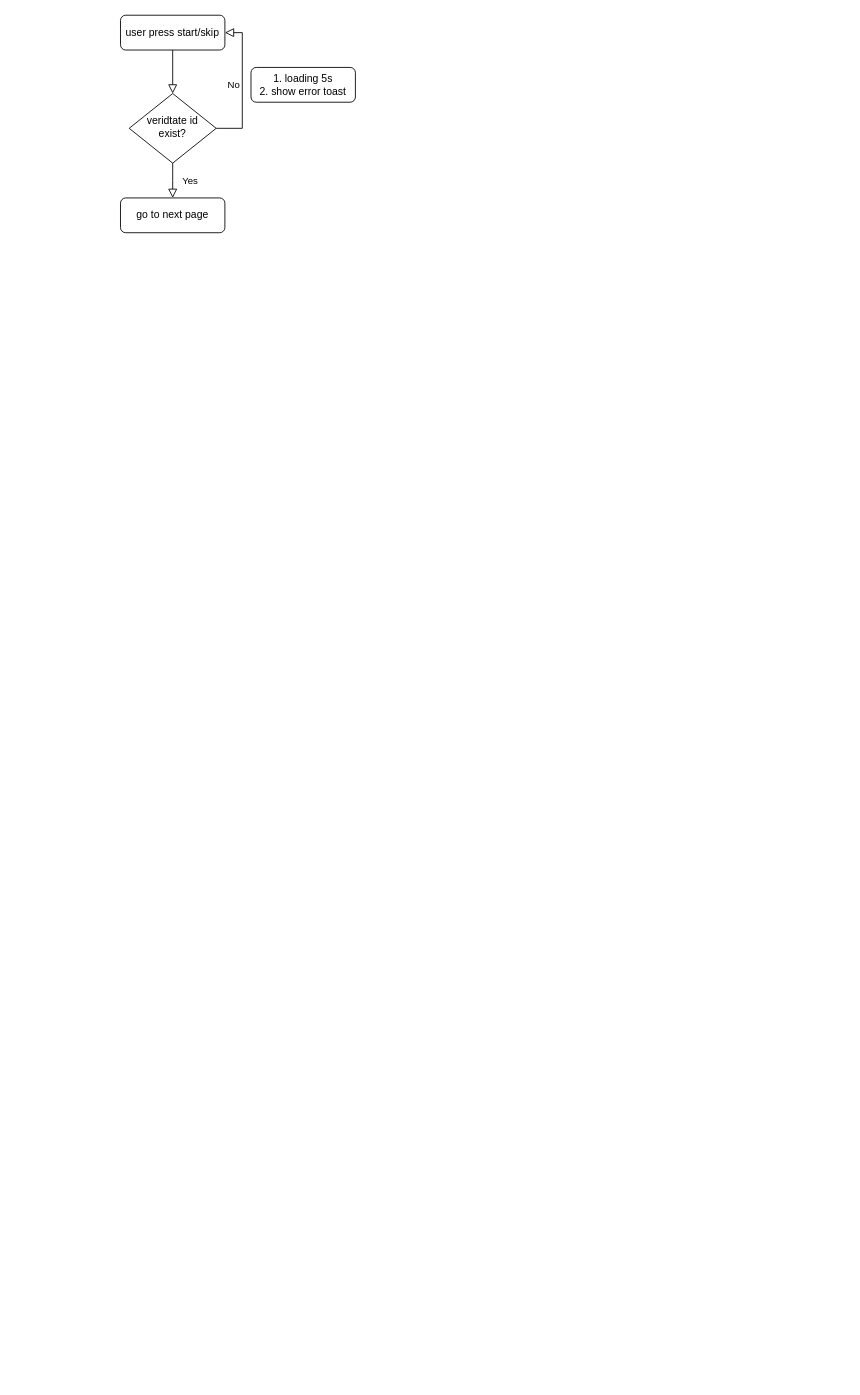
Before: flow chart.drawio in terryatgithub/books, a draw.io diagram. Source tidied: cells renumbered, new cells numbered last; positions are measured from the earlier drawing's top-left corner, leaving out a move shared by most shapes. Both pictures are drawn from the tidied source at 87%, with x=0, y=0 at pixel (120, 15).
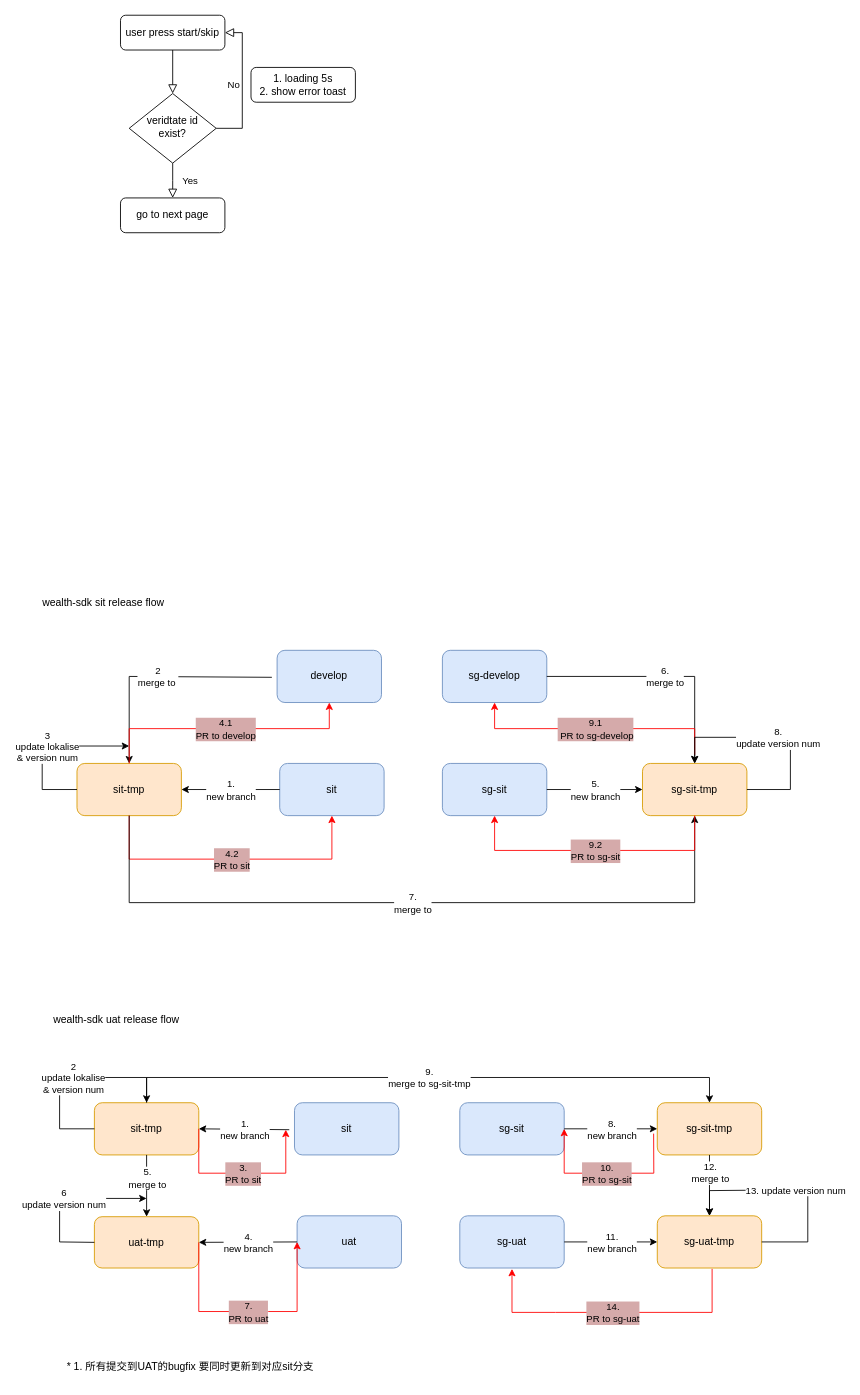
After the change.

Diff of the diagram source:
```diff
@@
+    <mxCell id="9" value="develop" style="rounded=1;whiteSpace=wrap;html=1;fillColor=#dae8fc;strokeColor=#6c8ebf;" parent="1" vertex="1">
+      <mxGeometry x="180" y="730" width="120" height="60" as="geometry" />
+    </mxCell>
+    <mxCell id="10" value="sit" style="rounded=1;whiteSpace=wrap;html=1;fillColor=#dae8fc;strokeColor=#6c8ebf;" parent="1" vertex="1">
+      <mxGeometry x="183" y="860" width="120" height="60" as="geometry" />
+    </mxCell>
+    <mxCell id="11" value="sg-develop" style="rounded=1;whiteSpace=wrap;html=1;fillColor=#dae8fc;strokeColor=#6c8ebf;" parent="1" vertex="1">
+      <mxGeometry x="370" y="730" width="120" height="60" as="geometry" />
+    </mxCell>
+    <mxCell id="12" value="sg-sit" style="rounded=1;whiteSpace=wrap;html=1;fillColor=#dae8fc;strokeColor=#6c8ebf;" parent="1" vertex="1">
+      <mxGeometry x="370" y="860" width="120" height="60" as="geometry" />
+    </mxCell>
+    <mxCell id="13" value="sit-tmp" style="rounded=1;whiteSpace=wrap;html=1;fillColor=#ffe6cc;strokeColor=#d79b00;" parent="1" vertex="1">
+      <mxGeometry x="-50" y="860" width="120" height="60" as="geometry" />
+    </mxCell>
+    <mxCell id="14" value="sg-sit-tmp" style="rounded=1;whiteSpace=wrap;html=1;fillColor=#ffe6cc;strokeColor=#d79b00;" parent="1" vertex="1">
+      <mxGeometry x="600" y="860" width="120" height="60" as="geometry" />
+    </mxCell>
+    <mxCell id="15" style="endArrow=classic;html=1;rounded=0;entryX=1;entryY=0.5;entryDx=0;entryDy=0;exitX=0;exitY=0.5;exitDx=0;exitDy=0;" parent="1" edge="1" source="10" target="13">
+      <mxGeometry relative="1" as="geometry" />
+    </mxCell>
+    <mxCell id="16" value="1. &lt;br&gt;new branch" style="edgeLabel;html=1;align=center;verticalAlign=middle;" parent="15" vertex="1">
+      <mxGeometry relative="1" as="geometry" />
+    </mxCell>
+    <mxCell id="17" style="endArrow=classic;html=1;rounded=0;entryX=0.5;entryY=0;entryDx=0;entryDy=0;exitX=-0.05;exitY=0.517;exitDx=0;exitDy=0;exitPerimeter=0;" parent="1" edge="1" source="9" target="13">
+      <mxGeometry relative="1" as="geometry">
+        <Array as="points">
+          <mxPoint x="10" y="760" />
+        </Array>
+      </mxGeometry>
+    </mxCell>
+    <mxCell id="18" value="2 &lt;br&gt;merge to&amp;nbsp;" style="edgeLabel;html=1;align=center;verticalAlign=middle;" parent="17" vertex="1">
+      <mxGeometry relative="1" as="geometry" />
+    </mxCell>
+    <mxCell id="19" style="endArrow=classic;html=1;rounded=0;exitX=0;exitY=0.5;exitDx=0;exitDy=0;" parent="1" edge="1" source="13">
+      <mxGeometry relative="1" as="geometry">
+        <mxPoint x="10" y="840" as="targetPoint" />
+        <Array as="points">
+          <mxPoint x="-90" y="890" />
+          <mxPoint x="-90" y="840" />
+        </Array>
+      </mxGeometry>
+    </mxCell>
+    <mxCell id="20" value="3 &lt;br&gt;update lokalise&lt;br&gt;&amp;amp; version num" style="edgeLabel;html=1;align=center;verticalAlign=middle;" parent="19" vertex="1">
+      <mxGeometry relative="1" as="geometry" />
+    </mxCell>
+    <mxCell id="21" style="endArrow=classic;html=1;rounded=0;exitX=0.5;exitY=1;exitDx=0;exitDy=0;entryX=0.5;entryY=1;entryDx=0;entryDy=0;strokeColor=#FF0000;" parent="1" edge="1" source="13" target="10">
+      <mxGeometry relative="1" as="geometry">
+        <Array as="points">
+          <mxPoint x="10" y="970" />
+          <mxPoint x="110" y="970" />
+          <mxPoint x="243" y="970" />
+        </Array>
+      </mxGeometry>
+    </mxCell>
+    <mxCell id="22" value="4.2 &lt;br&gt;PR to sit" style="edgeLabel;html=1;align=center;verticalAlign=middle;labelBackgroundColor=#d5aaaa;" parent="21" vertex="1">
+      <mxGeometry relative="1" as="geometry" />
+    </mxCell>
+    <mxCell id="23" style="endArrow=classic;html=1;rounded=0;entryX=0.5;entryY=1;entryDx=0;entryDy=0;exitX=0.5;exitY=0;exitDx=0;exitDy=0;strokeColor=#FF0000;" parent="1" edge="1" source="13" target="9">
+      <mxGeometry relative="1" as="geometry">
+        <Array as="points">
+          <mxPoint x="10" y="820" />
+          <mxPoint x="240" y="820" />
+        </Array>
+      </mxGeometry>
+    </mxCell>
+    <mxCell id="24" value="4.1 &lt;br&gt;PR to develop" style="edgeLabel;html=1;align=center;verticalAlign=middle;labelBackgroundColor=#d5aaaa;" parent="23" vertex="1">
+      <mxGeometry relative="1" as="geometry" />
+    </mxCell>
+    <mxCell id="25" style="endArrow=classic;html=1;rounded=0;exitX=0.5;exitY=1;exitDx=0;exitDy=0;entryX=0.5;entryY=1;entryDx=0;entryDy=0;" parent="1" edge="1" source="13" target="14">
+      <mxGeometry relative="1" as="geometry">
+        <Array as="points">
+          <mxPoint x="10" y="1020" />
+          <mxPoint x="330" y="1020" />
+          <mxPoint x="660" y="1020" />
+        </Array>
+      </mxGeometry>
+    </mxCell>
+    <mxCell id="26" value="7. &lt;br&gt;merge to" style="edgeLabel;html=1;align=center;verticalAlign=middle;" parent="25" vertex="1">
+      <mxGeometry relative="1" as="geometry" />
+    </mxCell>
+    <mxCell id="27" style="endArrow=classic;html=1;rounded=0;entryX=0;entryY=0.5;entryDx=0;entryDy=0;exitX=1;exitY=0.5;exitDx=0;exitDy=0;" parent="1" edge="1" source="12" target="14">
+      <mxGeometry relative="1" as="geometry" />
+    </mxCell>
+    <mxCell id="28" value="5. &lt;br&gt;new branch" style="edgeLabel;html=1;align=center;verticalAlign=middle;" parent="27" vertex="1">
+      <mxGeometry relative="1" as="geometry" />
+    </mxCell>
+    <mxCell id="29" style="endArrow=classic;html=1;rounded=0;exitX=1;exitY=0.5;exitDx=0;exitDy=0;" parent="1" edge="1" source="11">
+      <mxGeometry relative="1" as="geometry">
+        <mxPoint x="660" y="860" as="targetPoint" />
+        <Array as="points">
+          <mxPoint x="660" y="760" />
+        </Array>
+      </mxGeometry>
+    </mxCell>
+    <mxCell id="30" value="6. &lt;br&gt;merge to" style="edgeLabel;html=1;align=center;verticalAlign=middle;" parent="29" vertex="1">
+      <mxGeometry relative="1" as="geometry" />
+    </mxCell>
+    <mxCell id="31" style="endArrow=classic;html=1;rounded=0;entryX=0.5;entryY=1;entryDx=0;entryDy=0;strokeColor=#FF0000;" parent="1" edge="1" target="11">
+      <mxGeometry relative="1" as="geometry">
+        <mxPoint x="660" y="850" as="sourcePoint" />
+        <Array as="points">
+          <mxPoint x="660" y="820" />
+          <mxPoint x="430" y="820" />
+        </Array>
+      </mxGeometry>
+    </mxCell>
+    <mxCell id="32" value="9.1&lt;br&gt;&amp;nbsp;PR to sg-develop" style="edgeLabel;html=1;align=center;verticalAlign=middle;labelBackgroundColor=#d5aaaa;" parent="31" vertex="1">
+      <mxGeometry relative="1" as="geometry" />
+    </mxCell>
+    <mxCell id="33" style="endArrow=classic;html=1;rounded=0;strokeColor=#FF0000;exitX=0.5;exitY=1;exitDx=0;exitDy=0;entryX=0.5;entryY=1;entryDx=0;entryDy=0;" parent="1" edge="1" source="14" target="12">
+      <mxGeometry relative="1" as="geometry">
+        <Array as="points">
+          <mxPoint x="660" y="960" />
+          <mxPoint x="560" y="960" />
+          <mxPoint x="430" y="960" />
+        </Array>
+      </mxGeometry>
+    </mxCell>
+    <mxCell id="34" value="9.2 &lt;br&gt;PR to sg-sit" style="edgeLabel;html=1;align=center;verticalAlign=middle;labelBackgroundColor=#d5aaaa;" parent="33" vertex="1">
+      <mxGeometry relative="1" as="geometry" />
+    </mxCell>
+    <mxCell id="35" style="endArrow=classic;html=1;rounded=0;entryX=0.5;entryY=0;entryDx=0;entryDy=0;exitX=1;exitY=0.5;exitDx=0;exitDy=0;" parent="1" edge="1" source="14" target="14">
+      <mxGeometry relative="1" as="geometry">
+        <Array as="points">
+          <mxPoint x="770" y="890" />
+          <mxPoint x="770" y="830" />
+          <mxPoint x="660" y="830" />
+        </Array>
+      </mxGeometry>
+    </mxCell>
+    <mxCell id="36" value="8. &lt;br&gt;update version num" style="edgeLabel;html=1;align=center;verticalAlign=middle;" parent="35" vertex="1">
+      <mxGeometry relative="1" as="geometry" />
+    </mxCell>
+    <mxCell id="37" value="wealth-sdk sit release flow" style="text;html=1;align=center;verticalAlign=middle;strokeColor=none;fillColor=none;" parent="1" vertex="1">
+      <mxGeometry x="-100" y="660" width="160" height="30" as="geometry" />
+    </mxCell>
+    <mxCell id="38" value="sit" style="rounded=1;whiteSpace=wrap;html=1;fillColor=#dae8fc;strokeColor=#6c8ebf;" parent="1" vertex="1">
+      <mxGeometry x="200" y="1250" width="120" height="60" as="geometry" />
+    </mxCell>
+    <mxCell id="39" value="uat" style="rounded=1;whiteSpace=wrap;html=1;fillColor=#dae8fc;strokeColor=#6c8ebf;" parent="1" vertex="1">
+      <mxGeometry x="203" y="1380" width="120" height="60" as="geometry" />
+    </mxCell>
+    <mxCell id="40" value="sg-sit" style="rounded=1;whiteSpace=wrap;html=1;fillColor=#dae8fc;strokeColor=#6c8ebf;" parent="1" vertex="1">
+      <mxGeometry x="390" y="1250" width="120" height="60" as="geometry" />
+    </mxCell>
+    <mxCell id="41" value="sg-uat" style="rounded=1;whiteSpace=wrap;html=1;fillColor=#dae8fc;strokeColor=#6c8ebf;" parent="1" vertex="1">
+      <mxGeometry x="390" y="1380" width="120" height="60" as="geometry" />
+    </mxCell>
+    <mxCell id="42" value="uat-tmp" style="rounded=1;whiteSpace=wrap;html=1;fillColor=#ffe6cc;strokeColor=#d79b00;" parent="1" vertex="1">
+      <mxGeometry x="-30" y="1381" width="120" height="59" as="geometry" />
+    </mxCell>
+    <mxCell id="43" value="sg-uat-tmp" style="rounded=1;whiteSpace=wrap;html=1;fillColor=#ffe6cc;strokeColor=#d79b00;" parent="1" vertex="1">
+      <mxGeometry x="617" y="1380" width="120" height="60" as="geometry" />
+    </mxCell>
+    <mxCell id="44" style="endArrow=classic;html=1;rounded=0;entryX=1;entryY=0.5;entryDx=0;entryDy=0;exitX=0;exitY=0.5;exitDx=0;exitDy=0;" parent="1" edge="1" source="39" target="42">
+      <mxGeometry relative="1" as="geometry" />
+    </mxCell>
+    <mxCell id="45" value="4. &lt;br&gt;new branch" style="edgeLabel;html=1;align=center;verticalAlign=middle;" parent="44" vertex="1">
+      <mxGeometry relative="1" as="geometry" />
+    </mxCell>
+    <mxCell id="46" style="endArrow=classic;html=1;rounded=0;entryX=1;entryY=0.5;entryDx=0;entryDy=0;exitX=-0.05;exitY=0.517;exitDx=0;exitDy=0;exitPerimeter=0;" parent="1" edge="1" source="38" target="59">
+      <mxGeometry relative="1" as="geometry" />
+    </mxCell>
+    <mxCell id="47" value="1.&lt;br&gt;new branch" style="edgeLabel;html=1;align=center;verticalAlign=middle;" parent="46" vertex="1">
+      <mxGeometry relative="1" as="geometry" />
+    </mxCell>
+    <mxCell id="48" style="endArrow=classic;html=1;rounded=0;exitX=0;exitY=0.5;exitDx=0;exitDy=0;" parent="1" edge="1" source="42">
+      <mxGeometry relative="1" as="geometry">
+        <mxPoint x="30" y="1360" as="targetPoint" />
+        <Array as="points">
+          <mxPoint x="-70" y="1410" />
+          <mxPoint x="-70" y="1360" />
+        </Array>
+      </mxGeometry>
+    </mxCell>
+    <mxCell id="49" value="6&lt;br&gt;update version num" style="edgeLabel;html=1;align=center;verticalAlign=middle;" parent="48" vertex="1">
+      <mxGeometry relative="1" as="geometry" />
+    </mxCell>
+    <mxCell id="50" style="endArrow=classic;html=1;rounded=0;exitX=1;exitY=0.5;exitDx=0;exitDy=0;entryX=0;entryY=0.5;entryDx=0;entryDy=0;strokeColor=#FF0000;" parent="1" edge="1" source="42" target="39">
+      <mxGeometry relative="1" as="geometry">
+        <Array as="points">
+          <mxPoint x="90" y="1490" />
+          <mxPoint x="130" y="1490" />
+          <mxPoint x="150" y="1490" />
+          <mxPoint x="170" y="1490" />
+          <mxPoint x="203" y="1490" />
+        </Array>
+      </mxGeometry>
+    </mxCell>
+    <mxCell id="51" value="7.&lt;br&gt;PR to uat" style="edgeLabel;html=1;align=center;verticalAlign=middle;labelBackgroundColor=#d5aaaa;" parent="50" vertex="1">
+      <mxGeometry relative="1" as="geometry" />
+    </mxCell>
+    <mxCell id="52" style="endArrow=classic;html=1;rounded=0;entryX=0;entryY=0.5;entryDx=0;entryDy=0;exitX=1;exitY=0.5;exitDx=0;exitDy=0;" parent="1" edge="1" source="41" target="43">
+      <mxGeometry relative="1" as="geometry" />
+    </mxCell>
+    <mxCell id="53" value="11. &lt;br&gt;new branch" style="edgeLabel;html=1;align=center;verticalAlign=middle;" parent="52" vertex="1">
+      <mxGeometry relative="1" as="geometry" />
+    </mxCell>
+    <mxCell id="54" style="endArrow=classic;html=1;rounded=0;strokeColor=#FF0000;" parent="1" edge="1">
+      <mxGeometry relative="1" as="geometry">
+        <mxPoint x="680" y="1441" as="sourcePoint" />
+        <mxPoint x="450" y="1441" as="targetPoint" />
+        <Array as="points">
+          <mxPoint x="680" y="1491" />
+          <mxPoint x="500" y="1491" />
+          <mxPoint x="450" y="1491" />
+        </Array>
+      </mxGeometry>
+    </mxCell>
+    <mxCell id="55" value="14.&lt;br&gt;PR to sg-uat" style="edgeLabel;html=1;align=center;verticalAlign=middle;labelBackgroundColor=#d5aaaa;" parent="54" vertex="1">
+      <mxGeometry relative="1" as="geometry" />
+    </mxCell>
+    <mxCell id="56" style="endArrow=classic;html=1;rounded=0;entryX=0.5;entryY=0;entryDx=0;entryDy=0;exitX=1;exitY=0.5;exitDx=0;exitDy=0;" parent="1" edge="1" source="43" target="43">
+      <mxGeometry relative="1" as="geometry">
+        <Array as="points">
+          <mxPoint x="790" y="1410" />
+          <mxPoint x="790" y="1350" />
+          <mxPoint x="677" y="1351" />
+        </Array>
+      </mxGeometry>
+    </mxCell>
+    <mxCell id="57" value="13. update version num" style="edgeLabel;html=1;align=center;verticalAlign=middle;" parent="56" vertex="1">
+      <mxGeometry relative="1" as="geometry" />
+    </mxCell>
+    <mxCell id="58" value="wealth-sdk uat release flow" style="text;html=1;align=center;verticalAlign=middle;strokeColor=none;fillColor=none;" parent="1" vertex="1">
+      <mxGeometry x="-90" y="1140" width="170" height="30" as="geometry" />
+    </mxCell>
+    <mxCell id="59" value="sit-tmp" style="rounded=1;whiteSpace=wrap;html=1;fillColor=#ffe6cc;strokeColor=#d79b00;" parent="1" vertex="1">
+      <mxGeometry x="-30" y="1250" width="120" height="60" as="geometry" />
+    </mxCell>
+    <mxCell id="60" style="endArrow=classic;html=1;rounded=0;exitX=0;exitY=0.5;exitDx=0;exitDy=0;entryX=0.5;entryY=0;entryDx=0;entryDy=0;" parent="1" edge="1" source="59" target="59">
+      <mxGeometry relative="1" as="geometry">
+        <Array as="points">
+          <mxPoint x="-70" y="1280" />
+          <mxPoint x="-70" y="1221" />
+          <mxPoint x="30" y="1221" />
+        </Array>
+      </mxGeometry>
+    </mxCell>
+    <mxCell id="61" value="2&lt;br&gt;update lokalise&lt;br&gt;&amp;amp; version num" style="edgeLabel;html=1;align=center;verticalAlign=middle;" parent="60" vertex="1">
+      <mxGeometry relative="1" as="geometry" />
+    </mxCell>
+    <mxCell id="62" style="endArrow=classic;html=1;rounded=0;exitX=0.5;exitY=1;exitDx=0;exitDy=0;" parent="1" edge="1" source="59" target="42">
+      <mxGeometry relative="1" as="geometry" />
+    </mxCell>
+    <mxCell id="63" value="5. &lt;br&gt;merge to" style="edgeLabel;html=1;align=center;verticalAlign=middle;" parent="62" vertex="1">
+      <mxGeometry relative="1" as="geometry">
+        <mxPoint y="-10" as="offset" />
+      </mxGeometry>
+    </mxCell>
+    <mxCell id="64" style="endArrow=classic;html=1;rounded=0;exitX=1;exitY=0.5;exitDx=0;exitDy=0;strokeColor=#FF0000;" parent="1" edge="1" source="59">
+      <mxGeometry relative="1" as="geometry">
+        <mxPoint x="190" y="1281" as="targetPoint" />
+        <Array as="points">
+          <mxPoint x="90" y="1331" />
+          <mxPoint x="190" y="1331" />
+        </Array>
+      </mxGeometry>
+    </mxCell>
+    <mxCell id="65" value="3.&lt;br&gt;PR to sit" style="edgeLabel;html=1;align=center;verticalAlign=middle;labelBackgroundColor=#D5AAAA;" parent="64" vertex="1">
+      <mxGeometry relative="1" as="geometry" />
+    </mxCell>
+    <mxCell id="66" value="sg-sit-tmp" style="rounded=1;whiteSpace=wrap;html=1;fillColor=#ffe6cc;strokeColor=#d79b00;" parent="1" vertex="1">
+      <mxGeometry x="617" y="1250" width="120" height="60" as="geometry" />
+    </mxCell>
+    <mxCell id="67" style="endArrow=classic;html=1;rounded=0;exitX=1;exitY=0.5;exitDx=0;exitDy=0;entryX=0;entryY=0.5;entryDx=0;entryDy=0;" parent="1" edge="1" source="40" target="66">
+      <mxGeometry relative="1" as="geometry" />
+    </mxCell>
+    <mxCell id="68" value="8.&lt;br&gt;new branch" style="edgeLabel;html=1;align=center;verticalAlign=middle;" parent="67" vertex="1">
+      <mxGeometry relative="1" as="geometry" />
+    </mxCell>
+    <mxCell id="69" style="endArrow=classic;html=1;rounded=0;exitX=0.5;exitY=0;exitDx=0;exitDy=0;entryX=0.5;entryY=0;entryDx=0;entryDy=0;" parent="1" edge="1" source="59" target="66">
+      <mxGeometry relative="1" as="geometry">
+        <Array as="points">
+          <mxPoint x="30" y="1221" />
+          <mxPoint x="350" y="1221" />
+          <mxPoint x="677" y="1221" />
+        </Array>
+      </mxGeometry>
+    </mxCell>
+    <mxCell id="70" value="9.&lt;br&gt;merge to sg-sit-tmp" style="edgeLabel;html=1;align=center;verticalAlign=middle;" parent="69" vertex="1">
+      <mxGeometry relative="1" as="geometry" />
+    </mxCell>
+    <mxCell id="71" style="endArrow=classic;html=1;rounded=0;exitX=-0.035;exitY=0.592;exitDx=0;exitDy=0;strokeColor=#FF0000;entryX=1;entryY=0.5;entryDx=0;entryDy=0;exitPerimeter=0;" parent="1" edge="1" source="66" target="40">
+      <mxGeometry relative="1" as="geometry">
+        <Array as="points">
+          <mxPoint x="613" y="1331" />
+          <mxPoint x="510" y="1331" />
+        </Array>
+      </mxGeometry>
+    </mxCell>
+    <mxCell id="72" value="10.&lt;br&gt;PR to sg-sit" style="edgeLabel;html=1;align=center;verticalAlign=middle;labelBackgroundColor=#D5AAAA;" parent="71" vertex="1">
+      <mxGeometry relative="1" as="geometry" />
+    </mxCell>
+    <mxCell id="73" style="endArrow=classic;html=1;rounded=0;exitX=0.5;exitY=1;exitDx=0;exitDy=0;entryX=0.5;entryY=0;entryDx=0;entryDy=0;" parent="1" edge="1" source="66" target="43">
+      <mxGeometry relative="1" as="geometry" />
+    </mxCell>
+    <mxCell id="74" value="12.&lt;br&gt;merge to" style="edgeLabel;html=1;align=center;verticalAlign=middle;" parent="73" vertex="1">
+      <mxGeometry relative="1" as="geometry">
+        <mxPoint y="-15" as="offset" />
+      </mxGeometry>
+    </mxCell>
+    <mxCell id="75" value="* 1. 所有提交到UAT的bugfix 要同时更新到对应sit分支" style="text;html=1;align=center;verticalAlign=middle;strokeColor=none;fillColor=none;" parent="1" vertex="1">
+      <mxGeometry x="-75" y="1539" width="310" height="30" as="geometry" />
+    </mxCell>
```
